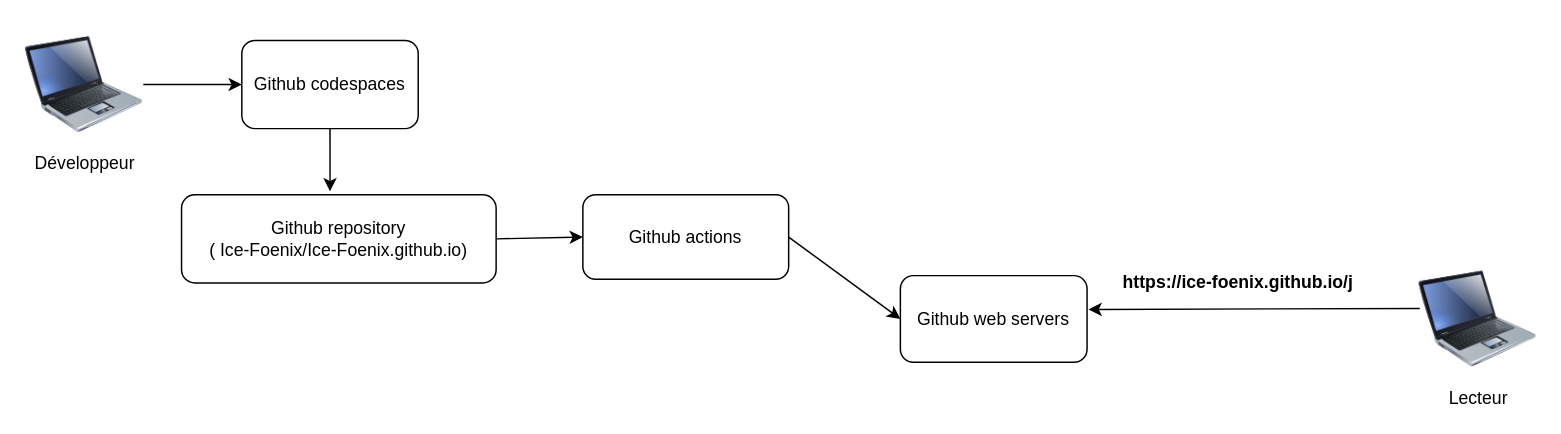
This is Diagramme sans nom.drawio from icy-phoenix/icy-phoenix.github.io, a draw.io file, before an edit. Source tidied: cells renumbered, new cells numbered last; positions are measured from the earlier drawing's top-left corner, leaving out a move shared by most shapes. Both pictures are drawn from the tidied source at 147%, with x=0, y=0 at pixel (25, 25).
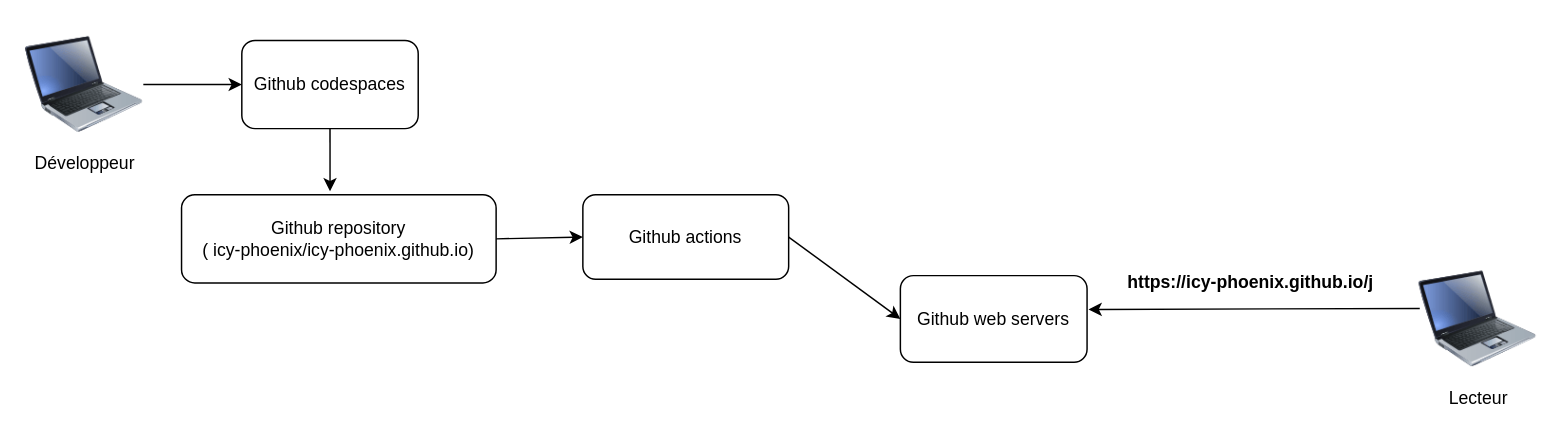
After the change.

Commit message (it also covers changes not shown here):
Mettre à jour Diagramme sans nom.drawio

What changed in the source:
```diff
@@
 <mxGraphModel>
   <root>
     <mxCell id="0" />
     <mxCell id="1" parent="0" />
     <mxCell id="2" value="Github codespaces" style="rounded=1;whiteSpace=wrap;html=1;points=[[0,0,0,0,0],[0,0.25,0,0,0],[0,0.5,0,0,0],[0,0.75,0,0,0],[0,1,0,0,0],[0.25,0,0,0,0],[0.25,1,0,0,0],[0.5,0,0,0,0],[0.5,1,0,0,0],[0.75,0,0,0,0],[0.75,1,0,0,0],[1,0,0,0,0],[1,0.25,0,0,0],[1,0.5,0,0,0],[1,0.75,0,0,0],[1,1,0,0,0]];" parent="1" vertex="1">
       <mxGeometry x="147" y="10" width="120" height="60" as="geometry" />
     </mxCell>
     <mxCell id="3" value="Github actions" style="rounded=1;whiteSpace=wrap;html=1;" parent="1" vertex="1">
       <mxGeometry x="379" y="115" width="140" height="57.5" as="geometry" />
     </mxCell>
     <mxCell id="4" value="Github web servers" style="rounded=1;whiteSpace=wrap;html=1;" parent="1" vertex="1">
       <mxGeometry x="595" y="170" width="127" height="59" as="geometry" />
     </mxCell>
     <mxCell id="5" value="Développeur" style="image;html=1;image=img/lib/clip_art/computers/Laptop_128x128.png;" parent="1" vertex="1">
       <mxGeometry width="80" height="80" as="geometry" />
     </mxCell>
     <mxCell id="6" value="Lecteur" style="image;html=1;image=img/lib/clip_art/computers/Laptop_128x128.png;" parent="1" vertex="1">
       <mxGeometry x="948" y="159.5" width="80" height="80" as="geometry" />
     </mxCell>
-    <mxCell id="7" value="Github repository&lt;br&gt;( Ice-Foenix/Ice-Foenix.github.io)" style="rounded=1;whiteSpace=wrap;html=1;" parent="1" vertex="1">
+    <mxCell id="7" value="Github repository&lt;br&gt;( icy-phoenix/icy-phoenix.github.io)" style="rounded=1;whiteSpace=wrap;html=1;" parent="1" vertex="1">
       <mxGeometry x="106" y="115" width="214" height="60" as="geometry" />
     </mxCell>
     <mxCell id="8" style="endArrow=classic;html=1;rounded=0;entryX=0;entryY=0.5;entryDx=0;entryDy=0;entryPerimeter=0;exitX=1;exitY=0.5;exitDx=0;exitDy=0;" parent="1" edge="1" source="5" target="2">
       <mxGeometry relative="1" as="geometry" />
     </mxCell>
     <mxCell id="9" style="endArrow=classic;html=1;rounded=0;entryX=0.472;entryY=-0.039;entryDx=0;entryDy=0;exitX=0.5;exitY=1;exitDx=0;exitDy=0;exitPerimeter=0;entryPerimeter=0;" parent="1" edge="1" source="2" target="7">
       <mxGeometry relative="1" as="geometry" />
     </mxCell>
     <mxCell id="10" style="endArrow=classic;html=1;rounded=0;exitX=1;exitY=0.5;exitDx=0;exitDy=0;entryX=0;entryY=0.5;entryDx=0;entryDy=0;" parent="1" edge="1" source="7" target="3">
       <mxGeometry relative="1" as="geometry" />
     </mxCell>
     <mxCell id="11" style="endArrow=classic;html=1;rounded=0;entryX=0;entryY=0.5;entryDx=0;entryDy=0;exitX=1;exitY=0.5;exitDx=0;exitDy=0;" parent="1" edge="1" source="3" target="4">
       <mxGeometry relative="1" as="geometry" />
     </mxCell>
     <mxCell id="12" style="endArrow=classic;html=1;rounded=0;entryX=1.008;entryY=0.39;entryDx=0;entryDy=0;entryPerimeter=0;exitX=0.004;exitY=0.41;exitDx=0;exitDy=0;exitPerimeter=0;" parent="1" edge="1" source="6" target="4">
       <mxGeometry relative="1" as="geometry" />
     </mxCell>
-    <mxCell id="13" value="https://ice-foenix.github.io/j" style="text;html=1;strokeColor=none;fillColor=none;align=center;verticalAlign=middle;whiteSpace=wrap;rounded=0;fontStyle=1;" parent="1" vertex="1">
-      <mxGeometry x="739" y="159.5" width="172" height="30" as="geometry" />
+    <mxCell id="13" value="https://icy-phoenix.github.io/j" style="text;html=1;strokeColor=none;fillColor=none;align=center;verticalAlign=middle;whiteSpace=wrap;rounded=0;fontStyle=1;" parent="1" vertex="1">
+      <mxGeometry x="739" y="159.5" width="189" height="30" as="geometry" />
     </mxCell>
   </root>
 </mxGraphModel>
```
